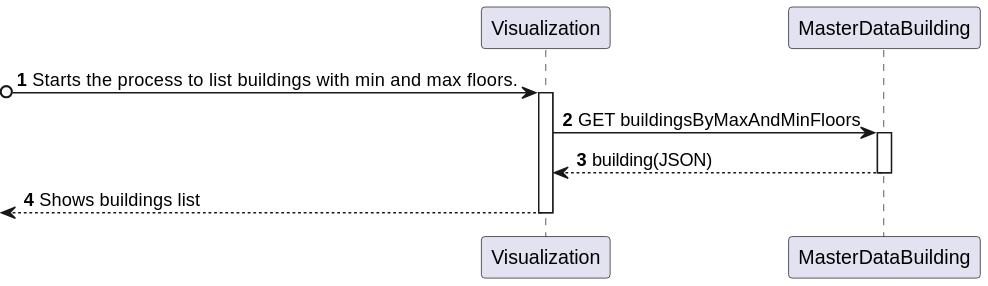
This is Visualization/docs/US_1060/Diagrams/Level2/ProcessView.svg from Pedro-Pereira1/sem5pi_23_24_g056_Visualization, a PlantUML export, as it was before one commit.
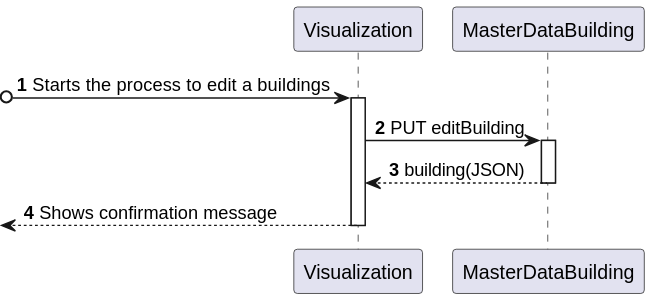
Above is the later version.

Change to the diagram source:
```diff
@@ -1,18 +1,20 @@
 @startuml
+
 autonumber
 
 participant Visualization
 participant "MasterDataBuilding" as GI
 
-?o-> Visualization: Starts the process to  list buildings with min and max floors.
+?o-> Visualization: Starts the process to edit a buildings
 activate Visualization
 
-
-Visualization -> GI: GET buildingsByMaxAndMinFloors
+Visualization -> GI: PUT editBuilding
 activate GI
 GI --> Visualization: building(JSON)
 deactivate GI
 
-<-- Visualization: Shows buildings list
+<-- Visualization: Shows confirmation message
 deactivate Visualization
+
+
 @enduml
```
